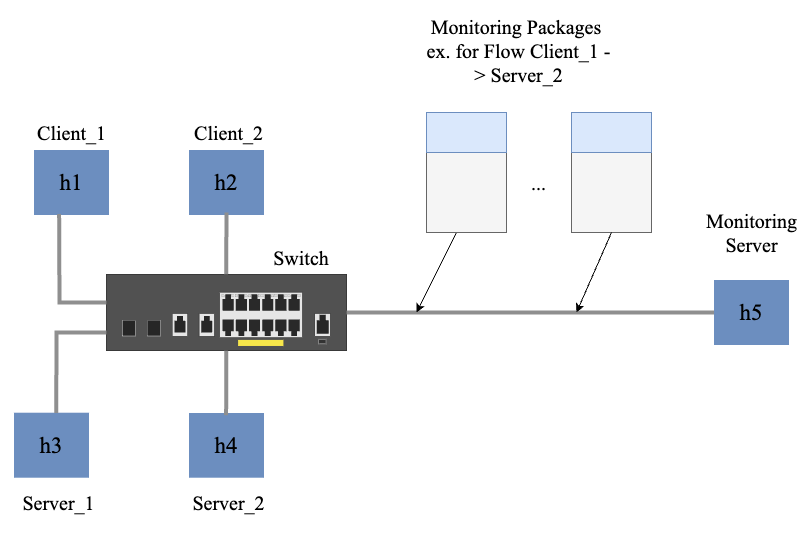
This is exercises/multiple_flow_monitor/img/P4_Structure_Diagram.png from Kristen6765/p4_tutorials, a draw.io export, as it was before one commit. Source tidied: cells renumbered, new cells last; positions are measured from the earlier drawing's top-left corner, leaving out a move shared by most shapes.
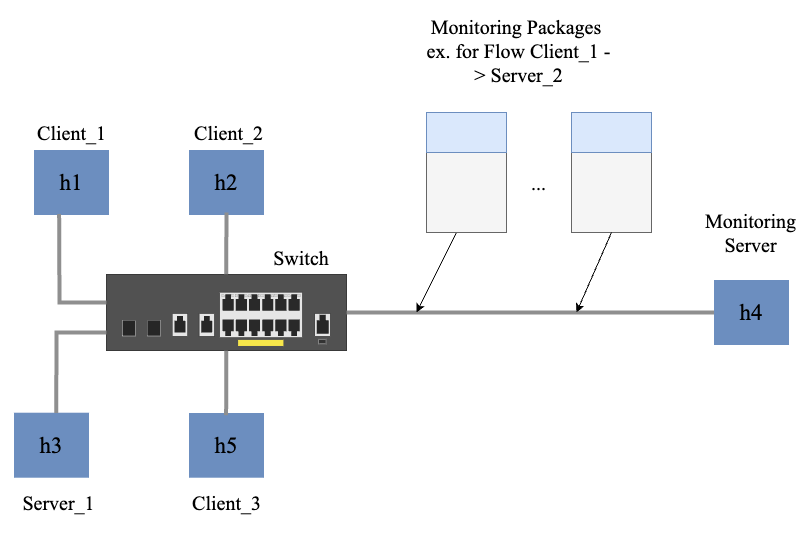
The same diagram one commit later.

What changed in the source:
```diff
@@ -13,7 +13,7 @@
         </Array>
       </mxGeometry>
     </mxCell>
-    <mxCell id="4" value="&lt;font face=&quot;Times New Roman&quot; style=&quot;font-size: 23px;&quot;&gt;h5&lt;/font&gt;" style="rounded=0;whiteSpace=wrap;html=1;fillColor=#6c8ebf;strokeColor=#6c8ebf;gradientColor=none;fillStyle=auto;gradientDirection=north;strokeWidth=5;" parent="1" vertex="1">
+    <mxCell id="4" value="&lt;span style=&quot;font-family: &amp;quot;Times New Roman&amp;quot;; font-size: 23px;&quot;&gt;h4&lt;/span&gt;" style="rounded=0;whiteSpace=wrap;html=1;fillColor=#6c8ebf;strokeColor=#6c8ebf;gradientColor=none;fillStyle=auto;gradientDirection=north;strokeWidth=5;" parent="1" vertex="1">
       <mxGeometry x="700" y="240" width="70" height="60" as="geometry" />
     </mxCell>
     <mxCell id="5" value="&lt;font face=&quot;Times New Roman&quot; style=&quot;font-size: 23px;&quot;&gt;h1&lt;/font&gt;" style="rounded=0;whiteSpace=wrap;html=1;fillColor=#6c8ebf;strokeColor=#6c8ebf;gradientColor=none;fillStyle=auto;gradientDirection=north;strokeWidth=5;" parent="1" vertex="1">
@@ -25,7 +25,7 @@
     <mxCell id="7" value="&lt;font face=&quot;Times New Roman&quot; style=&quot;font-size: 23px;&quot;&gt;h3&lt;/font&gt;" style="rounded=0;whiteSpace=wrap;html=1;fillColor=#6c8ebf;strokeColor=#6c8ebf;gradientColor=none;fillStyle=auto;gradientDirection=north;strokeWidth=5;" parent="1" vertex="1">
       <mxGeometry y="372.7" width="70" height="60" as="geometry" />
     </mxCell>
-    <mxCell id="8" value="&lt;font face=&quot;Times New Roman&quot; style=&quot;font-size: 23px;&quot;&gt;h4&lt;/font&gt;" style="rounded=0;whiteSpace=wrap;html=1;fillColor=#6c8ebf;strokeColor=#6c8ebf;gradientColor=none;fillStyle=auto;gradientDirection=north;strokeWidth=5;" parent="1" vertex="1">
+    <mxCell id="8" value="&lt;font face=&quot;Times New Roman&quot; style=&quot;font-size: 23px;&quot;&gt;h5&lt;/font&gt;" style="rounded=0;whiteSpace=wrap;html=1;fillColor=#6c8ebf;strokeColor=#6c8ebf;gradientColor=none;fillStyle=auto;gradientDirection=north;strokeWidth=5;" parent="1" vertex="1">
       <mxGeometry x="175" y="373" width="70" height="59.7" as="geometry" />
     </mxCell>
     <mxCell id="9" style="endArrow=none;html=1;rounded=0;exitX=0.568;exitY=-0.036;exitDx=0;exitDy=0;exitPerimeter=0;strokeColor=#8f8f8f;strokeWidth=4;" parent="1" edge="1" source="7">
@@ -67,9 +67,6 @@
     <mxCell id="16" value="&lt;font face=&quot;Times New Roman&quot; style=&quot;font-size: 20px;&quot;&gt;Server_1&lt;/font&gt;" style="text;html=1;strokeColor=none;fillColor=none;align=center;verticalAlign=middle;whiteSpace=wrap;rounded=0;" parent="1" vertex="1">
       <mxGeometry y="440" width="85" height="40" as="geometry" />
     </mxCell>
-    <mxCell id="17" value="&lt;font face=&quot;Times New Roman&quot; style=&quot;font-size: 20px;&quot;&gt;Server_2&lt;/font&gt;" style="text;html=1;strokeColor=none;fillColor=none;align=center;verticalAlign=middle;whiteSpace=wrap;rounded=0;" parent="1" vertex="1">
-      <mxGeometry x="170" y="440" width="85" height="40" as="geometry" />
-    </mxCell>
     <mxCell id="18" value="&lt;font face=&quot;Times New Roman&quot; style=&quot;font-size: 20px;&quot;&gt;Monitoring Server&lt;/font&gt;" style="text;html=1;strokeColor=none;fillColor=none;align=center;verticalAlign=middle;whiteSpace=wrap;rounded=0;" parent="1" vertex="1">
       <mxGeometry x="692.5" y="170" width="85" height="40" as="geometry" />
     </mxCell>
@@ -102,5 +99,8 @@
     <mxCell id="26" value="&lt;font face=&quot;Times New Roman&quot;&gt;&lt;span style=&quot;font-size: 20px;&quot;&gt;...&lt;/span&gt;&lt;/font&gt;" style="text;html=1;strokeColor=none;fillColor=none;align=center;verticalAlign=middle;whiteSpace=wrap;rounded=0;" parent="1" vertex="1">
       <mxGeometry x="480" y="120" width="85" height="40" as="geometry" />
     </mxCell>
+    <mxCell id="27" value="&lt;font face=&quot;Times New Roman&quot; style=&quot;font-size: 20px;&quot;&gt;Client_3&lt;/font&gt;" style="text;html=1;strokeColor=none;fillColor=none;align=center;verticalAlign=middle;whiteSpace=wrap;rounded=0;" parent="1" vertex="1">
+      <mxGeometry x="167.5" y="440" width="85" height="40" as="geometry" />
+    </mxCell>
   </root>
 </mxGraphModel>
```
